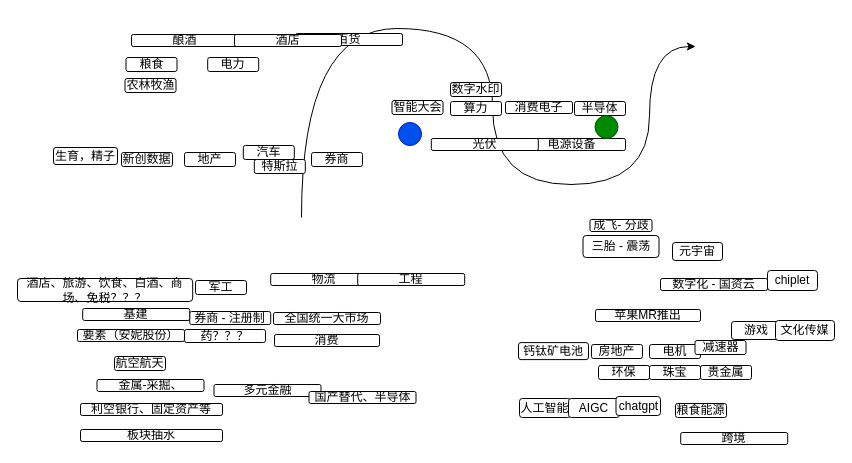
Before: menus/每日头脑风暴.drawio in Asamiyaa/microservice-k8s-yun, a draw.io diagram. Source tidied: cells renumbered, new cells numbered last; positions are measured from the earlier drawing's top-left corner, leaving out a move shared by most shapes. Both pictures are drawn from the tidied source at 100%, with x=0, y=0 at pixel (17, 28).
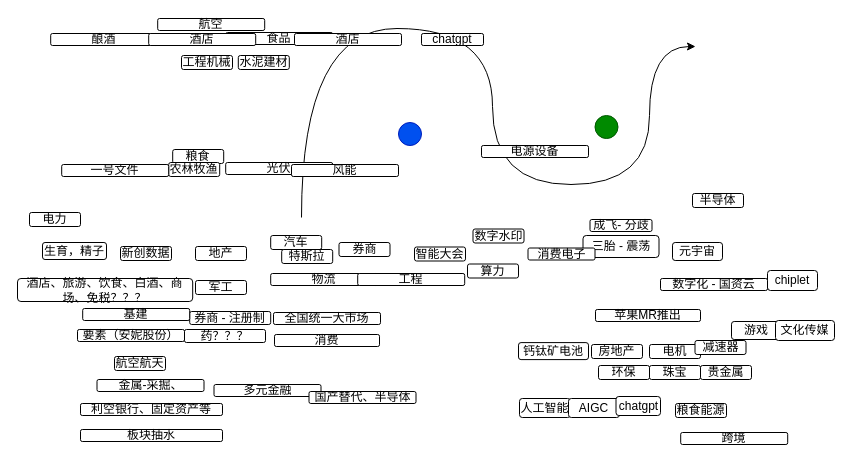
The same page after the edit.

Commit message:
更新每日头脑风暴.drawio

Diff of the diagram source:
```diff
@@
     <mxCell id="5" value="汽车" style="rounded=1;whiteSpace=wrap;html=1;" parent="1" vertex="1">
-      <mxGeometry x="225.8" y="117" width="51" height="14" as="geometry" />
+      <mxGeometry x="253.2" y="207" width="51" height="14" as="geometry" />
     </mxCell>
@@
     <mxCell id="23" value="消费电子" style="rounded=1;whiteSpace=wrap;html=1;" parent="1" vertex="1">
-      <mxGeometry x="488" y="73" width="67" height="12" as="geometry" />
+      <mxGeometry x="510.5" y="219.5" width="67" height="12" as="geometry" />
     </mxCell>
@@
     <mxCell id="26" value="电源设备" style="rounded=1;whiteSpace=wrap;html=1;" parent="1" vertex="1">
-      <mxGeometry x="501" y="110" width="107" height="12" as="geometry" />
+      <mxGeometry x="464" y="117" width="107" height="12" as="geometry" />
     </mxCell>
@@
     <mxCell id="40" value="光伏" style="rounded=1;whiteSpace=wrap;html=1;" parent="1" vertex="1">
-      <mxGeometry x="413.8" y="110" width="107" height="12" as="geometry" />
+      <mxGeometry x="208.2" y="134" width="107" height="12" as="geometry" />
     </mxCell>
     <mxCell id="41" value="算力" style="rounded=1;whiteSpace=wrap;html=1;" parent="1" vertex="1">
-      <mxGeometry x="433" y="73" width="51" height="14" as="geometry" />
+      <mxGeometry x="450" y="235.5" width="51" height="14" as="geometry" />
     </mxCell>
-    <mxCell id="42" value="百货" style="rounded=1;whiteSpace=wrap;html=1;" parent="1" vertex="1">
-      <mxGeometry x="278" y="5" width="107" height="12" as="geometry" />
+    <mxCell id="42" value="食品" style="rounded=1;whiteSpace=wrap;html=1;" parent="1" vertex="1">
+      <mxGeometry x="208.2" y="4" width="107" height="12" as="geometry" />
     </mxCell>
@@
     <mxCell id="44" value="酿酒" style="rounded=1;whiteSpace=wrap;html=1;" parent="1" vertex="1">
-      <mxGeometry x="114" y="6" width="107" height="12" as="geometry" />
+      <mxGeometry x="33.2" y="5" width="107" height="12" as="geometry" />
     </mxCell>
     <mxCell id="45" value="酒店" style="rounded=1;whiteSpace=wrap;html=1;" parent="1" vertex="1">
-      <mxGeometry x="217" y="6" width="107" height="12" as="geometry" />
+      <mxGeometry x="131.2" y="5" width="107" height="12" as="geometry" />
     </mxCell>
     <mxCell id="46" value="半导体" style="rounded=1;whiteSpace=wrap;html=1;" parent="1" vertex="1">
-      <mxGeometry x="557" y="73" width="51" height="14" as="geometry" />
+      <mxGeometry x="675" y="165" width="51" height="14" as="geometry" />
     </mxCell>
@@
     <mxCell id="50" value="特斯拉" style="rounded=1;whiteSpace=wrap;html=1;" parent="1" vertex="1">
-      <mxGeometry x="236.8" y="131" width="51" height="14" as="geometry" />
+      <mxGeometry x="264.2" y="221" width="51" height="14" as="geometry" />
     </mxCell>
     <mxCell id="51" value="券商" style="rounded=1;whiteSpace=wrap;html=1;" parent="1" vertex="1">
-      <mxGeometry x="294" y="124" width="51" height="14" as="geometry" />
+      <mxGeometry x="321.5" y="214" width="51" height="14" as="geometry" />
     </mxCell>
     <mxCell id="52" value="地产" style="rounded=1;whiteSpace=wrap;html=1;" parent="1" vertex="1">
-      <mxGeometry x="167" y="124" width="51" height="14" as="geometry" />
+      <mxGeometry x="178" y="218" width="51" height="14" as="geometry" />
     </mxCell>
     <mxCell id="53" value="新创数据" style="rounded=1;whiteSpace=wrap;html=1;" parent="1" vertex="1">
-      <mxGeometry x="104" y="124" width="51" height="14" as="geometry" />
+      <mxGeometry x="103" y="218" width="51" height="14" as="geometry" />
     </mxCell>
     <mxCell id="54" value="智能大会" style="rounded=1;whiteSpace=wrap;html=1;" parent="1" vertex="1">
-      <mxGeometry x="374.5" y="72" width="51" height="14" as="geometry" />
+      <mxGeometry x="397" y="218.5" width="51" height="14" as="geometry" />
     </mxCell>
     <mxCell id="55" value="粮食" style="rounded=1;whiteSpace=wrap;html=1;" parent="1" vertex="1">
-      <mxGeometry x="108.5" y="29" width="51" height="14" as="geometry" />
+      <mxGeometry x="155.2" y="121" width="51" height="14" as="geometry" />
     </mxCell>
     <mxCell id="56" value="电力" style="rounded=1;whiteSpace=wrap;html=1;" parent="1" vertex="1">
-      <mxGeometry x="190.2" y="29" width="51" height="14" as="geometry" />
+      <mxGeometry x="12" y="184" width="51" height="14" as="geometry" />
     </mxCell>
     <mxCell id="57" value="生育，精子" style="rounded=1;whiteSpace=wrap;html=1;" parent="1" vertex="1">
-      <mxGeometry x="36" y="119" width="64" height="17" as="geometry" />
+      <mxGeometry x="25" y="214" width="64" height="17" as="geometry" />
     </mxCell>
     <mxCell id="58" value="农林牧渔" style="rounded=1;whiteSpace=wrap;html=1;" parent="1" vertex="1">
-      <mxGeometry x="107.5" y="50" width="51" height="14" as="geometry" />
+      <mxGeometry x="151.2" y="134" width="51" height="14" as="geometry" />
     </mxCell>
     <mxCell id="59" value="数字水印" style="rounded=1;whiteSpace=wrap;html=1;" parent="1" vertex="1">
-      <mxGeometry x="433" y="54" width="51" height="14" as="geometry" />
+      <mxGeometry x="455.5" y="200.5" width="51" height="14" as="geometry" />
     </mxCell>
+    <mxCell id="60" value="chatgpt" style="rounded=1;whiteSpace=wrap;html=1;" parent="1" vertex="1">
+      <mxGeometry x="404" y="5" width="62" height="12" as="geometry" />
+    </mxCell>
+    <mxCell id="61" value="工程机械" style="rounded=1;whiteSpace=wrap;html=1;" parent="1" vertex="1">
+      <mxGeometry x="164" y="27" width="51" height="14" as="geometry" />
+    </mxCell>
+    <mxCell id="62" value="酒店" style="rounded=1;whiteSpace=wrap;html=1;" parent="1" vertex="1">
+      <mxGeometry x="277" y="5" width="107" height="12" as="geometry" />
+    </mxCell>
+    <mxCell id="63" value="水泥建材" style="rounded=1;whiteSpace=wrap;html=1;" parent="1" vertex="1">
+      <mxGeometry x="220.8" y="27" width="51" height="14" as="geometry" />
+    </mxCell>
+    <mxCell id="64" value="航空" style="rounded=1;whiteSpace=wrap;html=1;" parent="1" vertex="1">
+      <mxGeometry x="140.2" y="-10" width="107" height="12" as="geometry" />
+    </mxCell>
+    <mxCell id="65" value="风能" style="rounded=1;whiteSpace=wrap;html=1;" parent="1" vertex="1">
+      <mxGeometry x="274" y="136" width="107" height="12" as="geometry" />
+    </mxCell>
+    <mxCell id="66" value="一号文件" style="rounded=1;whiteSpace=wrap;html=1;" parent="1" vertex="1">
+      <mxGeometry x="44.2" y="136" width="107" height="12" as="geometry" />
+    </mxCell>
```
